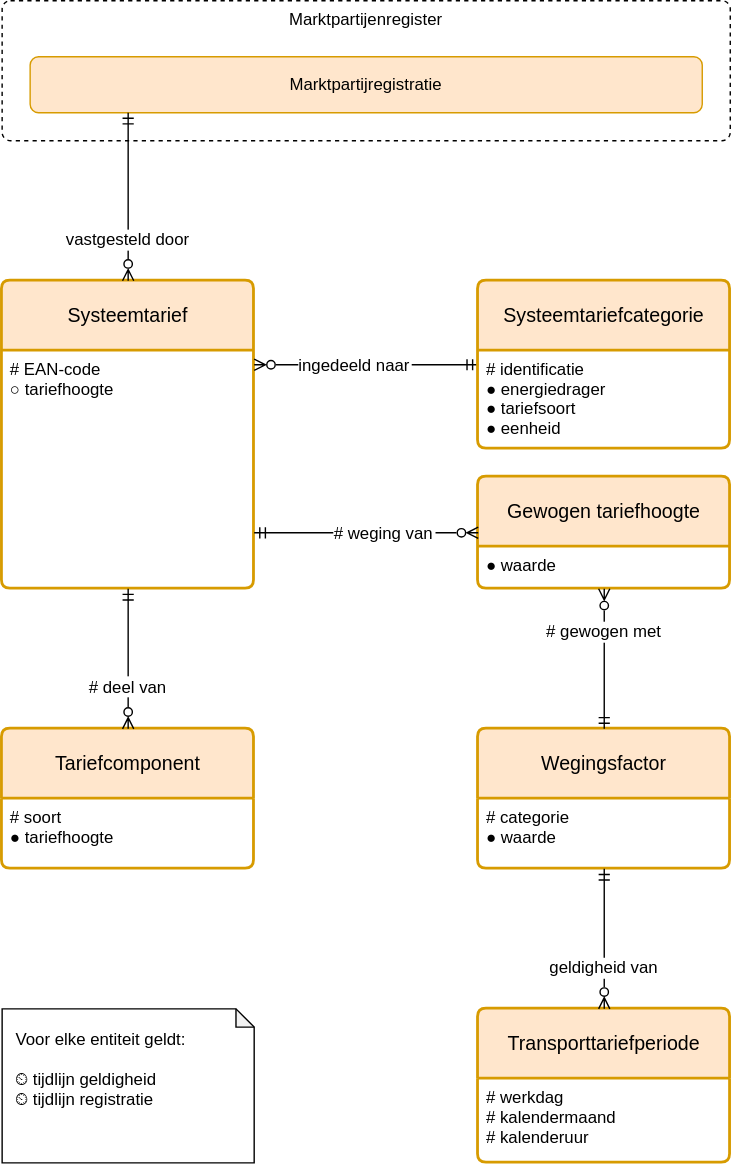
Earlier version of the draw.io export registers/tarievenregister/2.0/tarievenregister.drawio.svg (netbeheernederland/stelsel). Source tidied: cells renumbered, new cells last; positions are measured from the earlier drawing's top-left corner, leaving out a move shared by most shapes.
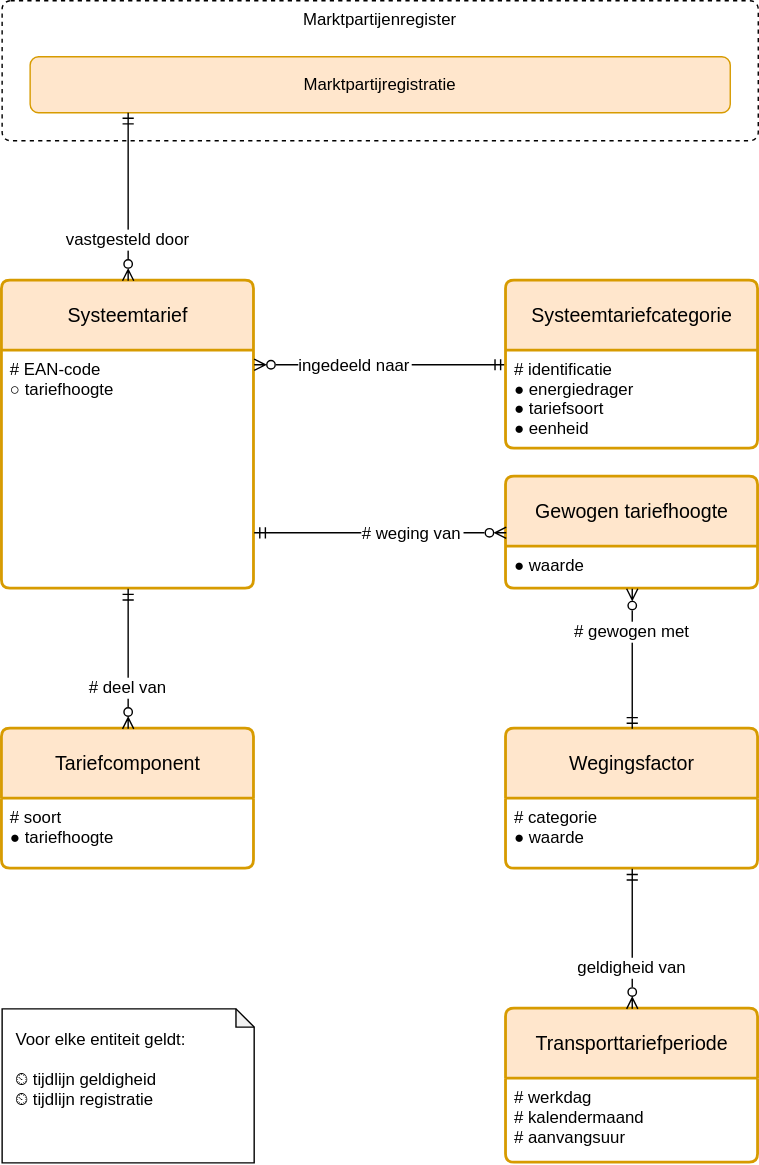
The same file after the commit.

Commit message:
verwerking commentaar tarievenregister per mail

What changed in the source:
```diff
@@ -3,7 +3,7 @@
     <mxCell id="0" />
     <mxCell id="1" parent="0" />
     <mxCell id="2" value="Gewogen tariefhoogte" style="swimlane;horizontal=1;startSize=50;rounded=1;fontSize=14;fontStyle=0;strokeWidth=2;shadow=0;dashed=0;align=center;fillColor=#ffe6cc;strokeColor=#d79b00;arcSize=4;whiteSpace=wrap;spacing=10;" parent="1" vertex="1">
-      <mxGeometry x="340" y="340" width="180" height="80" as="geometry" />
+      <mxGeometry x="360" y="340" width="180" height="80" as="geometry" />
     </mxCell>
     <mxCell id="3" value="● waarde" style="align=left;strokeColor=none;fillColor=none;spacingLeft=4;fontSize=12;verticalAlign=top;" parent="2" vertex="1">
       <mxGeometry y="50" width="180" height="30" as="geometry" />
@@ -15,19 +15,19 @@
       <mxGeometry y="50" width="180" height="170" as="geometry" />
     </mxCell>
     <mxCell id="6" value="ingedeeld naar" style="fontSize=12;endArrow=ERmandOne;startArrow=ERzeroToMany;rounded=0;startFill=0;endFill=0;verticalAlign=middle;strokeColor=default;labelBackgroundColor=default;fontColor=default;align=left;edgeStyle=elbowEdgeStyle;elbow=vertical;" parent="1" edge="1" source="4" target="10">
-      <mxGeometry x="-0.62" relative="1" as="geometry" />
+      <mxGeometry x="-0.67" relative="1" as="geometry" />
     </mxCell>
     <mxCell id="7" value="Marktpartijenregister" style="rounded=1;whiteSpace=wrap;verticalAlign=top;sketch=0;fontSize=12;dashed=1;arcSize=12;absoluteArcSize=1;" parent="1" vertex="1">
-      <mxGeometry width="520" height="100" as="geometry" />
+      <mxGeometry width="540" height="100" as="geometry" />
     </mxCell>
     <mxCell id="8" value="Marktpartijregistratie" style="rounded=1;arcSize=12;whiteSpace=wrap;align=center;fillColor=#ffe6cc;strokeColor=#d79b00;absoluteArcSize=1;horizontal=1;" parent="1" vertex="1">
-      <mxGeometry x="20" y="40" width="480" height="40" as="geometry" />
+      <mxGeometry x="20" y="40" width="500" height="40" as="geometry" />
     </mxCell>
     <mxCell id="9" value="vastgesteld door" style="fontSize=12;endArrow=ERmandOne;startArrow=ERzeroToMany;rounded=0;startFill=0;endFill=0;verticalAlign=middle;strokeColor=default;labelBackgroundColor=default;fontColor=default;align=center;edgeStyle=elbowEdgeStyle;exitX=0.5;exitY=0;exitDx=0;exitDy=0;" parent="1" edge="1" source="4" target="8">
       <mxGeometry x="-0.5" relative="1" as="geometry" />
     </mxCell>
     <mxCell id="10" value="Systeemtariefcategorie" style="swimlane;horizontal=1;startSize=50;rounded=1;fontSize=14;fontStyle=0;strokeWidth=2;shadow=0;dashed=0;align=center;fillColor=#ffe6cc;strokeColor=#d79b00;arcSize=4;whiteSpace=wrap;spacing=10;" parent="1" vertex="1">
-      <mxGeometry x="340" y="200" width="180" height="120" as="geometry" />
+      <mxGeometry x="360" y="200" width="180" height="120" as="geometry" />
     </mxCell>
     <mxCell id="11" value="# identificatie&#10;● energiedrager&#10;● tariefsoort&#10;● eenheid" style="align=left;strokeColor=none;fillColor=none;spacingLeft=4;fontSize=12;verticalAlign=top;" parent="10" vertex="1">
       <mxGeometry y="50" width="180" height="70" as="geometry" />
@@ -45,15 +45,15 @@
       <mxGeometry x="-0.4" relative="1" as="geometry" />
     </mxCell>
     <mxCell id="16" value="Wegingsfactor" style="swimlane;horizontal=1;startSize=50;rounded=1;fontSize=14;fontStyle=0;strokeWidth=2;shadow=0;dashed=0;align=center;fillColor=#ffe6cc;strokeColor=#d79b00;arcSize=4;whiteSpace=wrap;spacing=10;" parent="1" vertex="1">
-      <mxGeometry x="340" y="520" width="180" height="100" as="geometry" />
+      <mxGeometry x="360" y="520" width="180" height="100" as="geometry" />
     </mxCell>
     <mxCell id="17" value="# categorie&#10;● waarde" style="align=left;strokeColor=none;fillColor=none;spacingLeft=4;fontSize=12;verticalAlign=top;" parent="16" vertex="1">
       <mxGeometry y="50" width="180" height="50" as="geometry" />
     </mxCell>
     <mxCell id="18" value="Transporttariefperiode" style="swimlane;horizontal=1;startSize=50;rounded=1;fontSize=14;fontStyle=0;strokeWidth=2;shadow=0;dashed=0;align=center;fillColor=#ffe6cc;strokeColor=#d79b00;arcSize=4;whiteSpace=wrap;spacing=10;" parent="1" vertex="1">
-      <mxGeometry x="340" y="720" width="180" height="110" as="geometry" />
+      <mxGeometry x="360" y="720" width="180" height="110" as="geometry" />
     </mxCell>
-    <mxCell id="19" value="# werkdag&#10;# kalendermaand&#10;# kalenderuur" style="align=left;strokeColor=none;fillColor=none;spacingLeft=4;fontSize=12;verticalAlign=top;" parent="18" vertex="1">
+    <mxCell id="19" value="# werkdag&#10;# kalendermaand&#10;# aanvangsuur" style="align=left;strokeColor=none;fillColor=none;spacingLeft=4;fontSize=12;verticalAlign=top;" parent="18" vertex="1">
       <mxGeometry y="50" width="180" height="60" as="geometry" />
     </mxCell>
     <mxCell id="20" value="geldigheid van" style="fontSize=12;endArrow=ERmandOne;startArrow=ERzeroToMany;rounded=0;startFill=0;endFill=0;verticalAlign=middle;strokeColor=default;labelBackgroundColor=default;fontColor=default;align=center;" parent="1" edge="1" source="18" target="16">
@@ -63,7 +63,7 @@
       <mxGeometry x="-0.4" relative="1" as="geometry" />
     </mxCell>
     <mxCell id="22" value="# weging van" style="fontSize=12;endArrow=ERmandOne;startArrow=ERzeroToMany;rounded=0;startFill=0;endFill=0;verticalAlign=middle;strokeColor=default;labelBackgroundColor=default;fontColor=default;align=right;edgeStyle=elbowEdgeStyle;elbow=vertical;" parent="1" edge="1" source="2" target="4">
-      <mxGeometry x="-0.62" relative="1" as="geometry" />
+      <mxGeometry x="-0.67" relative="1" as="geometry" />
     </mxCell>
   </root>
 </mxGraphModel>
```
